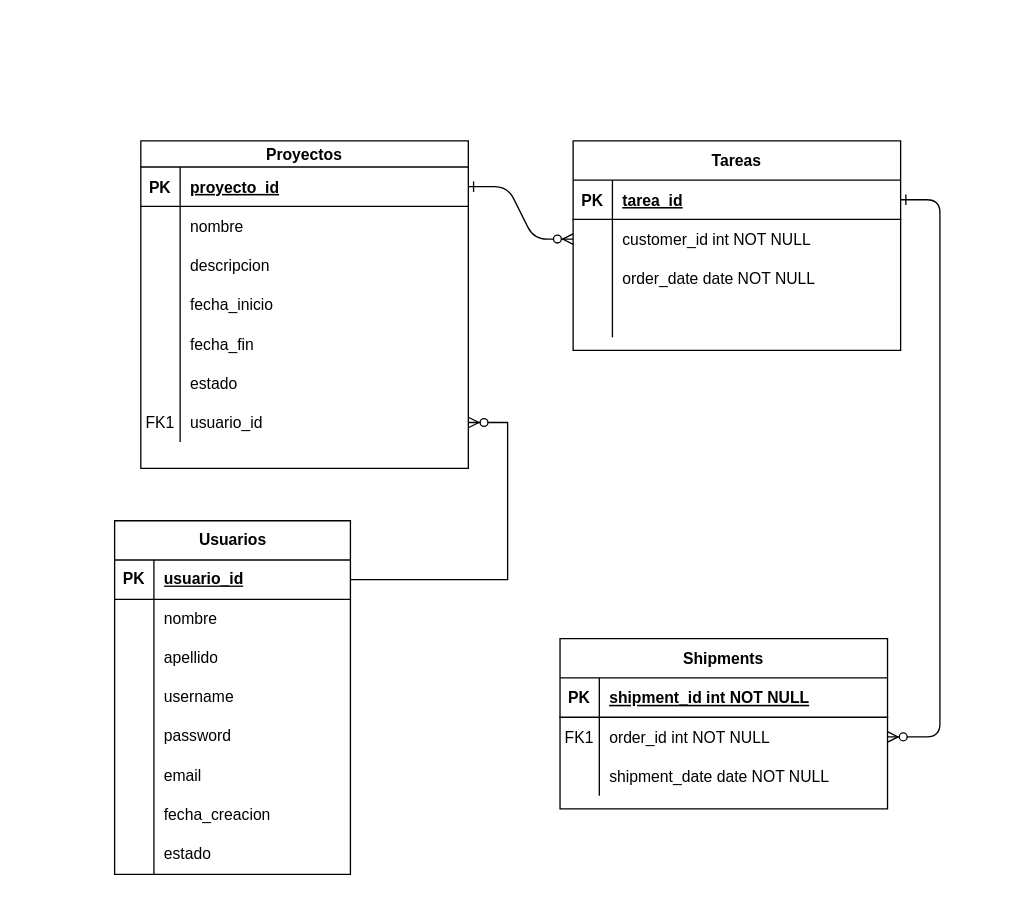
dcuatin94/EjemploListMap keeps this draw.io diagram as EjemploLista/gestion_proyectos.drawio. Above is the earlier version. Source tidied: cells renumbered, new cells numbered last; positions are measured from the earlier drawing's top-left corner, leaving out a move shared by most shapes. Both pictures are drawn from the tidied source at 131%, with x=0, y=0 at pixel (114, 140).
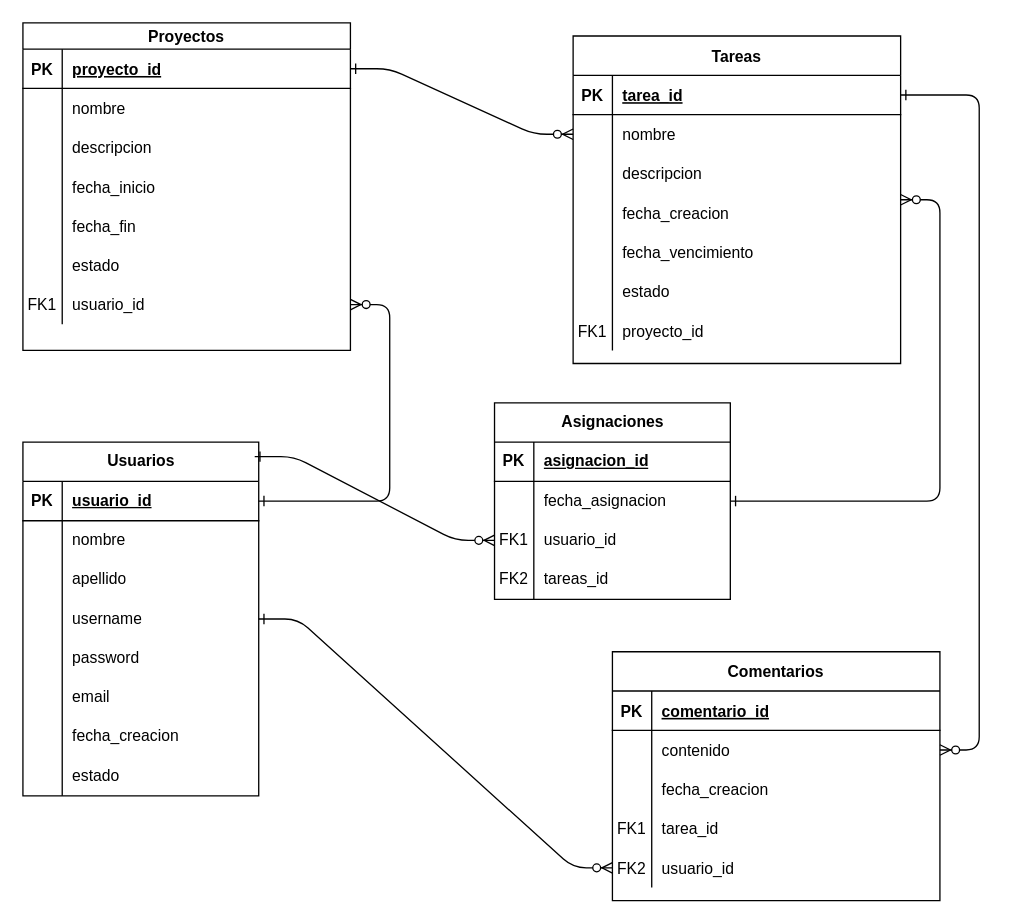
The same diagram, later.

Unchanged cells that the change refers to:
```xml
<mxCell id="8" style="shape=partialRectangle;fillColor=none;points=[[0,0.5],[1,0.5]];portConstraint=eastwest;top=0;left=0;right=0;bottom=0;" parent="4" vertex="1">
  <mxGeometry y="60" width="250" height="30" as="geometry" />
</mxCell>
<mxCell id="11" style="shape=partialRectangle;fillColor=none;top=0;left=0;right=0;bottom=0;" parent="4" vertex="1">
  <mxGeometry y="90" width="250" height="30" as="geometry" />
</mxCell>
<mxCell id="14" style="shape=partialRectangle;fillColor=none;top=0;left=0;right=0;bottom=0;" parent="4" vertex="1">
  <mxGeometry y="120" width="250" height="30" as="geometry" />
</mxCell>
<mxCell id="18" style="shape=partialRectangle;fillColor=none;top=0;left=0;right=0;bottom=1;" parent="17" vertex="1">
  <mxGeometry y="30" width="250" height="30" as="geometry" />
</mxCell>
<mxCell id="21" style="shape=partialRectangle;fillColor=none;points=[[0,0.5],[1,0.5]];portConstraint=eastwest;top=0;left=0;right=0;bottom=0;" parent="17" vertex="1">
  <mxGeometry y="60" width="250" height="30" as="geometry" />
</mxCell>
<mxCell id="24" style="shape=partialRectangle;fillColor=none;top=0;left=0;right=0;bottom=0;" parent="17" vertex="1">
  <mxGeometry y="90" width="250" height="30" as="geometry" />
</mxCell>
<mxCell id="46" style="shape=partialRectangle;fillColor=none;points=[[0,0.5],[1,0.5]];portConstraint=eastwest;top=0;left=0;right=0;bottom=0;" parent="27" vertex="1">
  <mxGeometry y="200" width="250" height="30" as="geometry" />
</mxCell>
<mxCell id="50" style="shape=tableRow;horizontal=0;startSize=0;swimlaneHead=0;swimlaneBody=0;fillColor=none;points=[[0,0.5],[1,0.5]];portConstraint=eastwest;top=0;left=0;right=0;bottom=1;" parent="49" vertex="1">
  <mxGeometry y="30" width="180" height="30" as="geometry" />
</mxCell>
```

Change to the diagram source:
```diff
@@
     <mxCell id="4" value="Tareas" style="shape=table;startSize=30;childLayout=tableLayout;rowLines=0;fontStyle=1;align=center;" parent="1" vertex="1">
-      <mxGeometry x="350" width="250" height="160" as="geometry" />
+      <mxGeometry x="350" y="-80" width="250" height="250" as="geometry" />
     </mxCell>
@@
-    <mxCell id="10" value="customer_id int NOT NULL" style="shape=partialRectangle;overflow=hidden;fillColor=none;top=0;left=0;bottom=0;right=0;align=left;spacingLeft=6;" parent="8" vertex="1">
+    <mxCell id="10" value="nombre" style="shape=partialRectangle;overflow=hidden;fillColor=none;top=0;left=0;bottom=0;right=0;align=left;spacingLeft=6;" parent="8" vertex="1">
       <mxGeometry x="30" width="220" height="30" as="geometry" />
     </mxCell>
@@
-    <mxCell id="13" value="order_date date NOT NULL" style="shape=partialRectangle;overflow=hidden;fillColor=none;top=0;left=0;bottom=0;right=0;align=left;spacingLeft=6;" parent="11" vertex="1">
+    <mxCell id="13" value="descripcion" style="shape=partialRectangle;overflow=hidden;fillColor=none;top=0;left=0;bottom=0;right=0;align=left;spacingLeft=6;" parent="11" vertex="1">
       <mxGeometry x="30" width="220" height="30" as="geometry" />
     </mxCell>
@@
-    <mxCell id="16" style="shape=partialRectangle;overflow=hidden;fillColor=none;top=0;left=0;bottom=0;right=0;align=left;spacingLeft=6;" parent="14" vertex="1">
+    <mxCell id="16" value="fecha_creacion" style="shape=partialRectangle;overflow=hidden;fillColor=none;top=0;left=0;bottom=0;right=0;align=left;spacingLeft=6;" parent="14" vertex="1">
       <mxGeometry x="30" width="220" height="30" as="geometry" />
     </mxCell>
+    <mxCell id="75" style="shape=partialRectangle;fillColor=none;top=0;left=0;right=0;bottom=0;" parent="4" vertex="1">
+      <mxGeometry y="150" width="250" height="30" as="geometry" />
+    </mxCell>
+    <mxCell id="76" style="shape=partialRectangle;overflow=hidden;fillColor=none;top=0;left=0;bottom=0;right=0;" parent="75" vertex="1">
+      <mxGeometry width="30" height="30" as="geometry" />
+    </mxCell>
+    <mxCell id="77" value="fecha_vencimiento" style="shape=partialRectangle;overflow=hidden;fillColor=none;top=0;left=0;bottom=0;right=0;align=left;spacingLeft=6;" parent="75" vertex="1">
+      <mxGeometry x="30" width="220" height="30" as="geometry" />
+    </mxCell>
+    <mxCell id="78" style="shape=partialRectangle;fillColor=none;top=0;left=0;right=0;bottom=0;" parent="4" vertex="1">
+      <mxGeometry y="180" width="250" height="30" as="geometry" />
+    </mxCell>
+    <mxCell id="79" style="shape=partialRectangle;overflow=hidden;fillColor=none;top=0;left=0;bottom=0;right=0;" parent="78" vertex="1">
+      <mxGeometry width="30" height="30" as="geometry" />
+    </mxCell>
+    <mxCell id="80" value="estado" style="shape=partialRectangle;overflow=hidden;fillColor=none;top=0;left=0;bottom=0;right=0;align=left;spacingLeft=6;" parent="78" vertex="1">
+      <mxGeometry x="30" width="220" height="30" as="geometry" />
+    </mxCell>
+    <mxCell id="81" style="shape=partialRectangle;fillColor=none;top=0;left=0;right=0;bottom=0;" parent="4" vertex="1">
+      <mxGeometry y="210" width="250" height="30" as="geometry" />
+    </mxCell>
+    <mxCell id="82" value="FK1" style="shape=partialRectangle;overflow=hidden;fillColor=none;top=0;left=0;bottom=0;right=0;" parent="81" vertex="1">
+      <mxGeometry width="30" height="30" as="geometry" />
+    </mxCell>
+    <mxCell id="83" value="proyecto_id" style="shape=partialRectangle;overflow=hidden;fillColor=none;top=0;left=0;bottom=0;right=0;align=left;spacingLeft=6;" parent="81" vertex="1">
+      <mxGeometry x="30" width="220" height="30" as="geometry" />
+    </mxCell>
-    <mxCell id="17" value="Shipments" style="shape=table;startSize=30;childLayout=tableLayout;rowLines=0;fontStyle=1;align=center;" parent="1" vertex="1">
-      <mxGeometry x="340" y="380" width="250" height="130" as="geometry" />
+    <mxCell id="17" value="Comentarios" style="shape=table;startSize=30;childLayout=tableLayout;rowLines=0;fontStyle=1;align=center;" parent="1" vertex="1">
+      <mxGeometry x="380" y="390" width="250" height="190" as="geometry" />
     </mxCell>
@@
-    <mxCell id="20" value="shipment_id int NOT NULL " style="shape=partialRectangle;overflow=hidden;fillColor=none;top=0;left=0;bottom=0;right=0;align=left;spacingLeft=6;fontStyle=5;" parent="18" vertex="1">
+    <mxCell id="20" value="comentario_id" style="shape=partialRectangle;overflow=hidden;fillColor=none;top=0;left=0;bottom=0;right=0;align=left;spacingLeft=6;fontStyle=5;" parent="18" vertex="1">
       <mxGeometry x="30" width="220" height="30" as="geometry" />
     </mxCell>
@@
-    <mxCell id="22" value="FK1" style="shape=partialRectangle;overflow=hidden;fillColor=none;top=0;left=0;bottom=0;right=0;" parent="21" vertex="1">
+    <mxCell id="22" style="shape=partialRectangle;overflow=hidden;fillColor=none;top=0;left=0;bottom=0;right=0;" parent="21" vertex="1">
       <mxGeometry width="30" height="30" as="geometry" />
     </mxCell>
-    <mxCell id="23" value="order_id int NOT NULL" style="shape=partialRectangle;overflow=hidden;fillColor=none;top=0;left=0;bottom=0;right=0;align=left;spacingLeft=6;" parent="21" vertex="1">
+    <mxCell id="23" value="contenido" style="shape=partialRectangle;overflow=hidden;fillColor=none;top=0;left=0;bottom=0;right=0;align=left;spacingLeft=6;" parent="21" vertex="1">
       <mxGeometry x="30" width="220" height="30" as="geometry" />
     </mxCell>
@@
-    <mxCell id="26" value="shipment_date date NOT NULL" style="shape=partialRectangle;overflow=hidden;fillColor=none;top=0;left=0;bottom=0;right=0;align=left;spacingLeft=6;" parent="24" vertex="1">
+    <mxCell id="26" value="fecha_creacion" style="shape=partialRectangle;overflow=hidden;fillColor=none;top=0;left=0;bottom=0;right=0;align=left;spacingLeft=6;" parent="24" vertex="1">
       <mxGeometry x="30" width="220" height="30" as="geometry" />
     </mxCell>
+    <mxCell id="84" style="shape=partialRectangle;fillColor=none;top=0;left=0;right=0;bottom=0;" parent="17" vertex="1">
+      <mxGeometry y="120" width="250" height="30" as="geometry" />
+    </mxCell>
+    <mxCell id="85" value="FK1" style="shape=partialRectangle;overflow=hidden;fillColor=none;top=0;left=0;bottom=0;right=0;" parent="84" vertex="1">
+      <mxGeometry width="30" height="30" as="geometry" />
+    </mxCell>
+    <mxCell id="86" value="tarea_id" style="shape=partialRectangle;overflow=hidden;fillColor=none;top=0;left=0;bottom=0;right=0;align=left;spacingLeft=6;" parent="84" vertex="1">
+      <mxGeometry x="30" width="220" height="30" as="geometry" />
+    </mxCell>
+    <mxCell id="87" style="shape=partialRectangle;fillColor=none;points=[[0,0.5],[1,0.5]];portConstraint=eastwest;top=0;left=0;right=0;bottom=0;" parent="17" vertex="1">
+      <mxGeometry y="150" width="250" height="30" as="geometry" />
+    </mxCell>
+    <mxCell id="88" value="FK2" style="shape=partialRectangle;overflow=hidden;fillColor=none;top=0;left=0;bottom=0;right=0;" parent="87" vertex="1">
+      <mxGeometry width="30" height="30" as="geometry" />
+    </mxCell>
+    <mxCell id="89" value="usuario_id" style="shape=partialRectangle;overflow=hidden;fillColor=none;top=0;left=0;bottom=0;right=0;align=left;spacingLeft=6;" parent="87" vertex="1">
+      <mxGeometry x="30" width="220" height="30" as="geometry" />
+    </mxCell>
     <mxCell id="27" value="Proyectos" style="shape=table;startSize=20;childLayout=tableLayout;rowLines=0;fontStyle=1;align=center;" parent="1" vertex="1">
-      <mxGeometry x="20" width="250" height="250" as="geometry" />
+      <mxGeometry x="-70" y="-90" width="250" height="250" as="geometry" />
     </mxCell>
@@
     <mxCell id="49" value="Usuarios" style="shape=table;startSize=30;childLayout=tableLayout;rowLines=0;fontStyle=1;align=center;html=1;" parent="1" vertex="1">
-      <mxGeometry y="290" width="180" height="270" as="geometry" />
+      <mxGeometry x="-70" y="230" width="180" height="270" as="geometry" />
     </mxCell>
@@
-    <mxCell id="74" style="edgeStyle=entityRelationEdgeStyle;fontSize=12;html=1;endArrow=ERzeroToMany;endFill=1;rounded=0;" parent="1" edge="1" source="50" target="46">
+    <mxCell id="74" style="edgeStyle=entityRelationEdgeStyle;endArrow=ERzeroToMany;startArrow=ERone;endFill=1;startFill=0;" parent="1" edge="1" source="50" target="46">
       <mxGeometry relative="1" as="geometry" />
     </mxCell>
+    <mxCell id="90" style="edgeStyle=entityRelationEdgeStyle;endArrow=ERzeroToMany;startArrow=ERone;endFill=1;startFill=0;" parent="1" edge="1" source="49" target="87">
+      <mxGeometry relative="1" as="geometry">
+        <Array as="points">
+          <mxPoint x="240" y="470" />
+        </Array>
+      </mxGeometry>
+    </mxCell>
+    <mxCell id="91" style="edgeStyle=entityRelationEdgeStyle;endArrow=ERzeroToMany;startArrow=ERone;endFill=1;startFill=0;exitX=0.983;exitY=0.041;exitDx=0;exitDy=0;exitPerimeter=0;" parent="1" edge="1" source="49" target="99">
+      <mxGeometry relative="1" as="geometry" />
+    </mxCell>
+    <mxCell id="92" value="Asignaciones" style="shape=table;startSize=30;childLayout=tableLayout;rowLines=0;fontStyle=1;align=center;html=1;" parent="1" vertex="1">
+      <mxGeometry x="290" y="200" width="180" height="150" as="geometry" />
+    </mxCell>
+    <mxCell id="93" style="shape=tableRow;horizontal=0;startSize=0;swimlaneHead=0;swimlaneBody=0;fillColor=none;top=0;left=0;right=0;bottom=1;" parent="92" vertex="1">
+      <mxGeometry y="30" width="180" height="30" as="geometry" />
+    </mxCell>
+    <mxCell id="94" value="PK" style="shape=partialRectangle;fillColor=none;top=0;left=0;bottom=0;right=0;fontStyle=1;overflow=hidden;whiteSpace=wrap;html=1;" parent="93" vertex="1">
+      <mxGeometry width="30" height="30" as="geometry" />
+    </mxCell>
+    <mxCell id="95" value="asignacion_id" style="shape=partialRectangle;fillColor=none;top=0;left=0;bottom=0;right=0;align=left;spacingLeft=6;fontStyle=5;overflow=hidden;whiteSpace=wrap;html=1;" parent="93" vertex="1">
+      <mxGeometry x="30" width="150" height="30" as="geometry" />
+    </mxCell>
+    <mxCell id="96" style="shape=tableRow;horizontal=0;startSize=0;swimlaneHead=0;swimlaneBody=0;fillColor=none;top=0;left=0;right=0;bottom=0;" parent="92" vertex="1">
+      <mxGeometry y="60" width="180" height="30" as="geometry" />
+    </mxCell>
+    <mxCell id="97" style="shape=partialRectangle;fillColor=none;top=0;left=0;bottom=0;right=0;overflow=hidden;whiteSpace=wrap;html=1;" parent="96" vertex="1">
+      <mxGeometry width="30" height="30" as="geometry" />
+    </mxCell>
+    <mxCell id="98" value="fecha_asignacion" style="shape=partialRectangle;fillColor=none;top=0;left=0;bottom=0;right=0;align=left;spacingLeft=6;overflow=hidden;whiteSpace=wrap;html=1;" parent="96" vertex="1">
+      <mxGeometry x="30" width="150" height="30" as="geometry" />
+    </mxCell>
+    <mxCell id="99" style="shape=tableRow;horizontal=0;startSize=0;swimlaneHead=0;swimlaneBody=0;fillColor=none;points=[[0,0.5],[1,0.5]];portConstraint=eastwest;top=0;left=0;right=0;bottom=0;" parent="92" vertex="1">
+      <mxGeometry y="90" width="180" height="30" as="geometry" />
+    </mxCell>
+    <mxCell id="100" value="FK1" style="shape=partialRectangle;fillColor=none;top=0;left=0;bottom=0;right=0;overflow=hidden;whiteSpace=wrap;html=1;" parent="99" vertex="1">
+      <mxGeometry width="30" height="30" as="geometry" />
+    </mxCell>
+    <mxCell id="101" value="usuario_id" style="shape=partialRectangle;fillColor=none;top=0;left=0;bottom=0;right=0;align=left;spacingLeft=6;overflow=hidden;whiteSpace=wrap;html=1;" parent="99" vertex="1">
+      <mxGeometry x="30" width="150" height="30" as="geometry" />
+    </mxCell>
+    <mxCell id="102" style="shape=tableRow;horizontal=0;startSize=0;swimlaneHead=0;swimlaneBody=0;fillColor=none;top=0;left=0;right=0;bottom=0;" parent="92" vertex="1">
+      <mxGeometry y="120" width="180" height="30" as="geometry" />
+    </mxCell>
+    <mxCell id="103" value="FK2" style="shape=partialRectangle;fillColor=none;top=0;left=0;bottom=0;right=0;overflow=hidden;whiteSpace=wrap;html=1;" parent="102" vertex="1">
+      <mxGeometry width="30" height="30" as="geometry" />
+    </mxCell>
+    <mxCell id="104" value="tareas_id" style="shape=partialRectangle;fillColor=none;top=0;left=0;bottom=0;right=0;align=left;spacingLeft=6;overflow=hidden;whiteSpace=wrap;html=1;" parent="102" vertex="1">
+      <mxGeometry x="30" width="150" height="30" as="geometry" />
+    </mxCell>
+    <mxCell id="105" style="edgeStyle=entityRelationEdgeStyle;endArrow=ERzeroToMany;startArrow=ERone;endFill=1;startFill=0;" parent="1" edge="1" source="92" target="4">
+      <mxGeometry relative="1" as="geometry" />
+    </mxCell>
```
